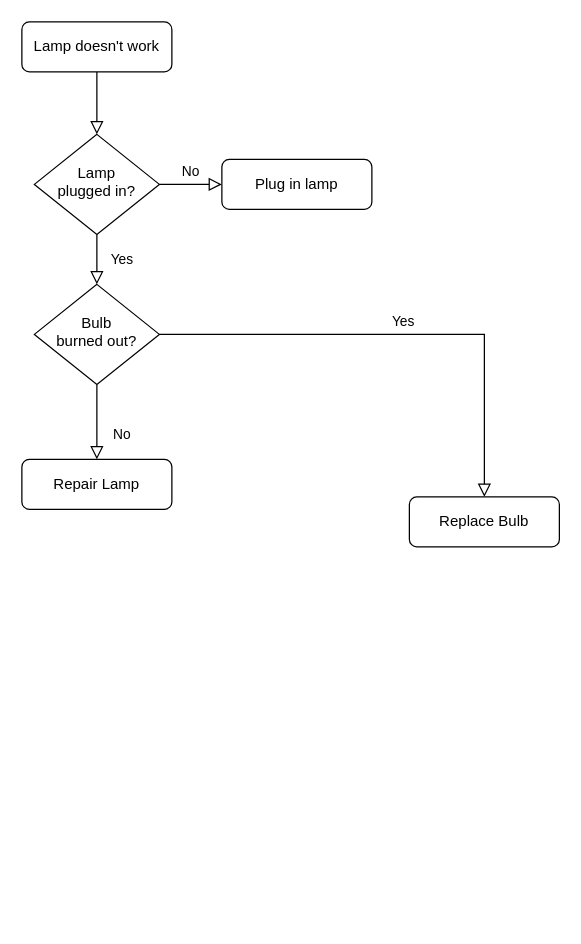
Before: Public/Untitled Diagram.drawio in yeguangsuixing/tcs, a draw.io diagram. Source tidied: cells renumbered, new cells numbered last; positions are measured from the earlier drawing's top-left corner, leaving out a move shared by most shapes. Both pictures are drawn from the tidied source at 125%, with x=0, y=0 at pixel (21, 21).
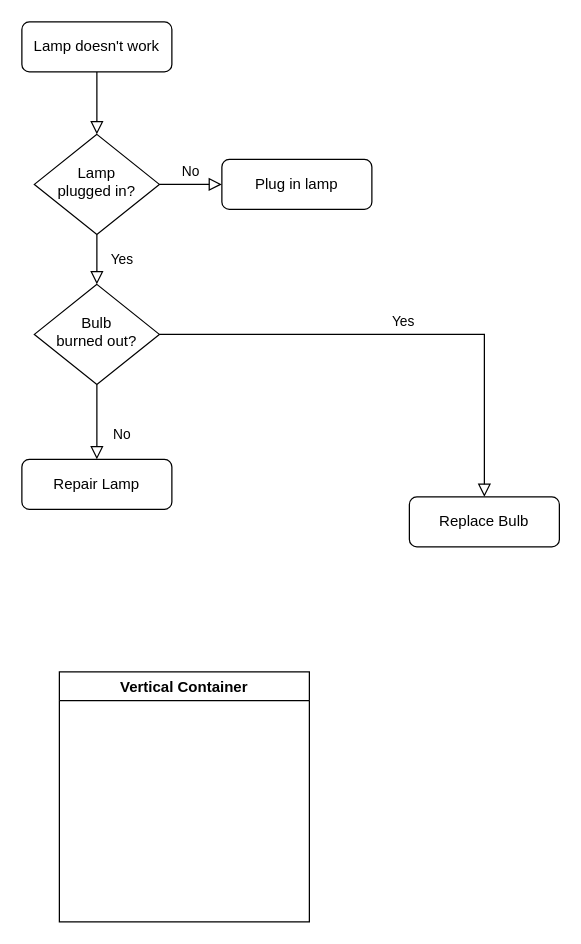
Above is the later version.

What changed in the source:
```diff
@@
 <mxGraphModel>
   <root>
     <mxCell id="0" />
     <mxCell id="1" parent="0" />
     <mxCell id="2" style="rounded=0;html=1;jettySize=auto;fontSize=11;endArrow=block;endFill=0;endSize=8;strokeWidth=1;shadow=0;labelBackgroundColor=none;edgeStyle=orthogonalEdgeStyle;" parent="1" edge="1" source="3" target="6">
       <mxGeometry relative="1" as="geometry" />
     </mxCell>
     <mxCell id="3" value="Lamp doesn't work" style="rounded=1;whiteSpace=wrap;html=1;fontSize=12;glass=0;strokeWidth=1;shadow=0;" parent="1" vertex="1">
       <mxGeometry width="120" height="40" as="geometry" />
     </mxCell>
     <mxCell id="4" value="Yes" style="rounded=0;html=1;jettySize=auto;fontSize=11;endArrow=block;endFill=0;endSize=8;strokeWidth=1;shadow=0;labelBackgroundColor=none;edgeStyle=orthogonalEdgeStyle;" parent="1" edge="1" source="6" target="10">
       <mxGeometry y="20" relative="1" as="geometry" />
     </mxCell>
     <mxCell id="5" value="No" style="edgeStyle=orthogonalEdgeStyle;rounded=0;html=1;jettySize=auto;fontSize=11;endArrow=block;endFill=0;endSize=8;strokeWidth=1;shadow=0;labelBackgroundColor=none;" parent="1" edge="1" source="6" target="7">
       <mxGeometry y="10" relative="1" as="geometry" />
     </mxCell>
     <mxCell id="6" value="Lamp&lt;br&gt;plugged in?" style="rhombus;whiteSpace=wrap;html=1;shadow=0;fontFamily=Helvetica;fontSize=12;align=center;strokeWidth=1;spacing=6;spacingTop=-4;" parent="1" vertex="1">
       <mxGeometry x="10" y="90" width="100" height="80" as="geometry" />
     </mxCell>
     <mxCell id="7" value="Plug in lamp" style="rounded=1;whiteSpace=wrap;html=1;fontSize=12;glass=0;strokeWidth=1;shadow=0;" parent="1" vertex="1">
       <mxGeometry x="160" y="110" width="120" height="40" as="geometry" />
     </mxCell>
     <mxCell id="8" value="No" style="rounded=0;html=1;jettySize=auto;fontSize=11;endArrow=block;endFill=0;endSize=8;strokeWidth=1;shadow=0;labelBackgroundColor=none;edgeStyle=orthogonalEdgeStyle;" parent="1" edge="1" source="10" target="11">
       <mxGeometry x="0.33" y="20" relative="1" as="geometry" />
     </mxCell>
     <mxCell id="9" value="Yes" style="edgeStyle=orthogonalEdgeStyle;rounded=0;html=1;jettySize=auto;fontSize=11;endArrow=block;endFill=0;endSize=8;strokeWidth=1;shadow=0;labelBackgroundColor=none;" parent="1" edge="1" source="10" target="12">
       <mxGeometry y="10" relative="1" as="geometry" />
     </mxCell>
     <mxCell id="10" value="Bulb&lt;br&gt;burned out?" style="rhombus;whiteSpace=wrap;html=1;shadow=0;fontFamily=Helvetica;fontSize=12;align=center;strokeWidth=1;spacing=6;spacingTop=-4;" parent="1" vertex="1">
       <mxGeometry x="10" y="210" width="100" height="80" as="geometry" />
     </mxCell>
     <mxCell id="11" value="Repair Lamp" style="rounded=1;whiteSpace=wrap;html=1;fontSize=12;glass=0;strokeWidth=1;shadow=0;" parent="1" vertex="1">
       <mxGeometry y="350" width="120" height="40" as="geometry" />
     </mxCell>
     <mxCell id="12" value="Replace Bulb" style="rounded=1;whiteSpace=wrap;html=1;fontSize=12;glass=0;strokeWidth=1;shadow=0;" parent="1" vertex="1">
       <mxGeometry x="310" y="380" width="120" height="40" as="geometry" />
     </mxCell>
+    <mxCell id="13" value="Vertical Container" style="swimlane;" parent="1" vertex="1">
+      <mxGeometry x="30" y="520" width="200" height="200" as="geometry" />
+    </mxCell>
   </root>
 </mxGraphModel>
```
